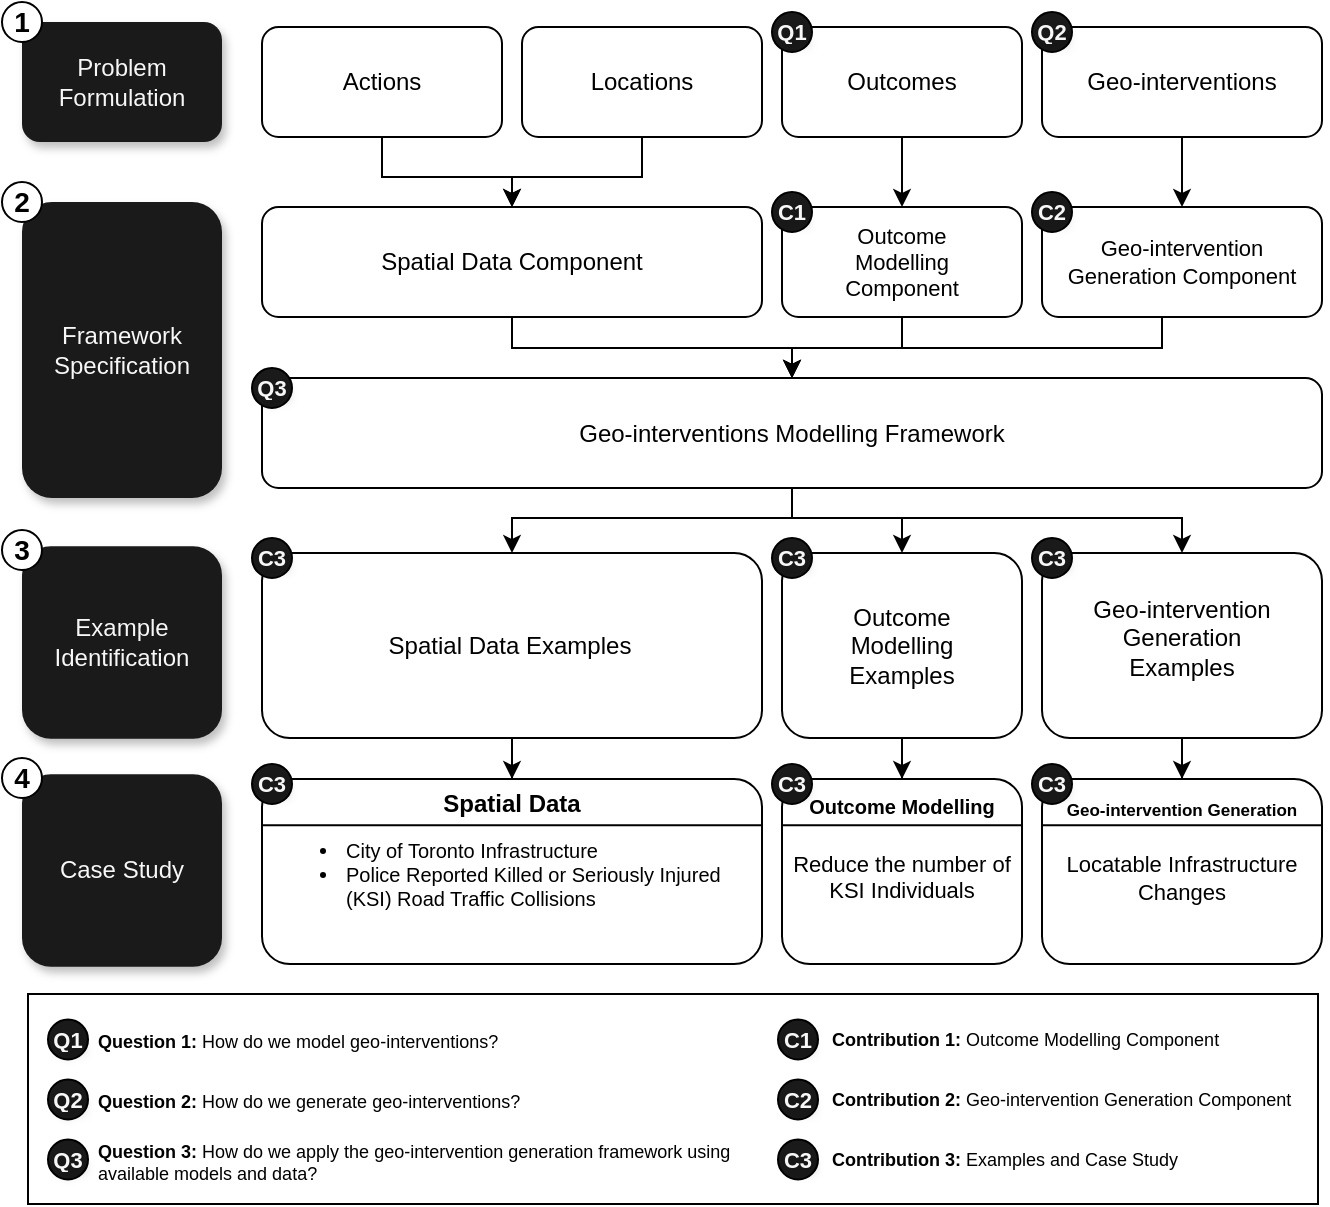
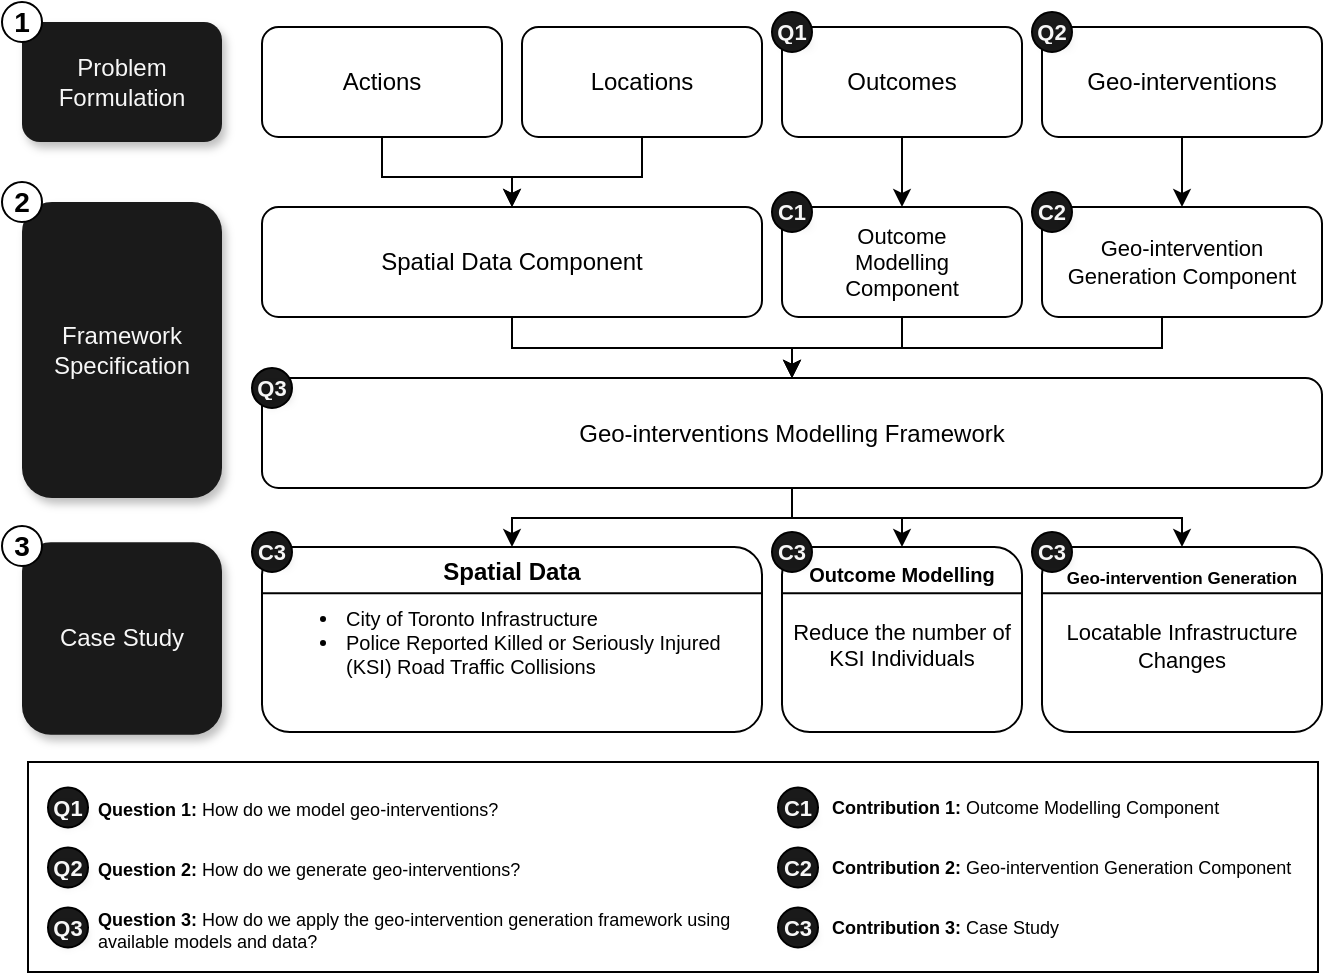
<mxfile host="Electron" agent="Mozilla/5.0 (Macintosh; Intel Mac OS X 10_15_7) AppleWebKit/537.36 (KHTML, like Gecko) draw.io/25.0.2 Chrome/128.0.6613.186 Electron/32.2.5 Safari/537.36" version="25.0.2">
  <diagram name="Page-1" id="0qjr7ZUGg_4bMqxcBNFo">
-     <mxGraphModel dx="1312" dy="877" grid="1" gridSize="5" guides="1" tooltips="1" connect="1" arrows="1" fold="1" page="1" pageScale="1" pageWidth="675" pageHeight="615" math="0" shadow="0">
+     <mxGraphModel dx="1158" dy="774" grid="1" gridSize="5" guides="1" tooltips="1" connect="1" arrows="1" fold="1" page="1" pageScale="1" pageWidth="675" pageHeight="500" math="0" shadow="0">
      <root>
        <mxCell id="0" />
        <mxCell id="1" parent="0" />
        <mxCell id="xfSVQfPkWPObZ8wr6tTD-67" value="" style="rounded=0;whiteSpace=wrap;html=1;" vertex="1" parent="1">
-           <mxGeometry x="19" y="501" width="645" height="105" as="geometry" />
+           <mxGeometry x="19" y="385" width="645" height="105" as="geometry" />
        </mxCell>
        <mxCell id="xfSVQfPkWPObZ8wr6tTD-12" value="Problem Formulation" style="rounded=1;whiteSpace=wrap;html=1;fillColor=#1A1A1A;strokeColor=none;shadow=1;fontColor=#F7F7F7;" vertex="1" parent="1">
          <mxGeometry x="16" y="15" width="100" height="60" as="geometry" />
        </mxCell>
        <mxCell id="xfSVQfPkWPObZ8wr6tTD-13" value="Framework Specification" style="rounded=1;whiteSpace=wrap;html=1;fillColor=#1A1A1A;strokeColor=none;shadow=1;fontColor=#F7F7F7;" vertex="1" parent="1">
          <mxGeometry x="16" y="105" width="100" height="148" as="geometry" />
        </mxCell>
-         <mxCell id="xfSVQfPkWPObZ8wr6tTD-14" value="&lt;div&gt;Example&lt;div&gt;Identification&lt;/div&gt;&lt;/div&gt;" style="rounded=1;whiteSpace=wrap;html=1;fillColor=#1A1A1A;strokeColor=none;shadow=1;fontColor=#F7F7F7;rotation=0;" vertex="1" parent="1">
-           <mxGeometry x="16" y="277.13" width="100" height="96.25" as="geometry" />
-         </mxCell>
        <mxCell id="xfSVQfPkWPObZ8wr6tTD-26" style="edgeStyle=orthogonalEdgeStyle;rounded=0;orthogonalLoop=1;jettySize=auto;html=1;entryX=0.5;entryY=0;entryDx=0;entryDy=0;" edge="1" parent="1" source="xfSVQfPkWPObZ8wr6tTD-16" target="xfSVQfPkWPObZ8wr6tTD-21">
          <mxGeometry relative="1" as="geometry" />
        </mxCell>
        <mxCell id="xfSVQfPkWPObZ8wr6tTD-16" value="Actions" style="rounded=1;whiteSpace=wrap;html=1;" vertex="1" parent="1">
          <mxGeometry x="136" y="17.5" width="120" height="55" as="geometry" />
        </mxCell>
        <mxCell id="xfSVQfPkWPObZ8wr6tTD-27" style="edgeStyle=orthogonalEdgeStyle;rounded=0;orthogonalLoop=1;jettySize=auto;html=1;" edge="1" parent="1" source="xfSVQfPkWPObZ8wr6tTD-17" target="xfSVQfPkWPObZ8wr6tTD-21">
          <mxGeometry relative="1" as="geometry" />
        </mxCell>
        <mxCell id="xfSVQfPkWPObZ8wr6tTD-17" value="Locations" style="rounded=1;whiteSpace=wrap;html=1;" vertex="1" parent="1">
          <mxGeometry x="266" y="17.5" width="120" height="55" as="geometry" />
        </mxCell>
        <mxCell id="xfSVQfPkWPObZ8wr6tTD-28" style="edgeStyle=orthogonalEdgeStyle;rounded=0;orthogonalLoop=1;jettySize=auto;html=1;entryX=0.5;entryY=0;entryDx=0;entryDy=0;" edge="1" parent="1" source="xfSVQfPkWPObZ8wr6tTD-18" target="xfSVQfPkWPObZ8wr6tTD-22">
          <mxGeometry relative="1" as="geometry" />
        </mxCell>
        <mxCell id="xfSVQfPkWPObZ8wr6tTD-18" value="Outcomes" style="rounded=1;whiteSpace=wrap;html=1;" vertex="1" parent="1">
          <mxGeometry x="396" y="17.5" width="120" height="55" as="geometry" />
        </mxCell>
        <mxCell id="xfSVQfPkWPObZ8wr6tTD-29" style="edgeStyle=orthogonalEdgeStyle;rounded=0;orthogonalLoop=1;jettySize=auto;html=1;entryX=0.5;entryY=0;entryDx=0;entryDy=0;" edge="1" parent="1" source="xfSVQfPkWPObZ8wr6tTD-19" target="xfSVQfPkWPObZ8wr6tTD-23">
          <mxGeometry relative="1" as="geometry" />
        </mxCell>
        <mxCell id="xfSVQfPkWPObZ8wr6tTD-19" value="Geo-interventions" style="rounded=1;whiteSpace=wrap;html=1;" vertex="1" parent="1">
          <mxGeometry x="526" y="17.5" width="140" height="55" as="geometry" />
        </mxCell>
        <mxCell id="xfSVQfPkWPObZ8wr6tTD-46" style="edgeStyle=orthogonalEdgeStyle;rounded=0;orthogonalLoop=1;jettySize=auto;html=1;entryX=0.5;entryY=0;entryDx=0;entryDy=0;" edge="1" parent="1" source="xfSVQfPkWPObZ8wr6tTD-21" target="xfSVQfPkWPObZ8wr6tTD-41">
          <mxGeometry relative="1" as="geometry">
            <Array as="points">
              <mxPoint x="261" y="178" />
              <mxPoint x="401" y="178" />
            </Array>
          </mxGeometry>
        </mxCell>
        <mxCell id="xfSVQfPkWPObZ8wr6tTD-21" value="Spatial Data Component" style="rounded=1;whiteSpace=wrap;html=1;" vertex="1" parent="1">
          <mxGeometry x="136" y="107.5" width="250" height="55" as="geometry" />
        </mxCell>
        <mxCell id="xfSVQfPkWPObZ8wr6tTD-47" style="edgeStyle=orthogonalEdgeStyle;rounded=0;orthogonalLoop=1;jettySize=auto;html=1;entryX=0.5;entryY=0;entryDx=0;entryDy=0;" edge="1" parent="1" source="xfSVQfPkWPObZ8wr6tTD-22" target="xfSVQfPkWPObZ8wr6tTD-41">
          <mxGeometry relative="1" as="geometry">
            <Array as="points">
              <mxPoint x="456" y="178" />
              <mxPoint x="401" y="178" />
            </Array>
          </mxGeometry>
        </mxCell>
        <mxCell id="xfSVQfPkWPObZ8wr6tTD-22" value="Outcome&lt;div&gt;Modelling&lt;/div&gt;&lt;div&gt;Component&lt;/div&gt;" style="rounded=1;whiteSpace=wrap;html=1;fontSize=11;" vertex="1" parent="1">
          <mxGeometry x="396" y="107.5" width="120" height="55" as="geometry" />
        </mxCell>
        <mxCell id="xfSVQfPkWPObZ8wr6tTD-48" style="edgeStyle=orthogonalEdgeStyle;rounded=0;orthogonalLoop=1;jettySize=auto;html=1;entryX=0.5;entryY=0;entryDx=0;entryDy=0;" edge="1" parent="1" source="xfSVQfPkWPObZ8wr6tTD-23" target="xfSVQfPkWPObZ8wr6tTD-41">
          <mxGeometry relative="1" as="geometry">
            <Array as="points">
              <mxPoint x="586" y="178" />
              <mxPoint x="401" y="178" />
            </Array>
          </mxGeometry>
        </mxCell>
        <mxCell id="xfSVQfPkWPObZ8wr6tTD-23" value="Geo-intervention Generation Component" style="rounded=1;whiteSpace=wrap;html=1;fontSize=11;" vertex="1" parent="1">
          <mxGeometry x="526" y="107.5" width="140" height="55" as="geometry" />
        </mxCell>
        <mxCell id="xfSVQfPkWPObZ8wr6tTD-30" value="&lt;div style=&quot;text-align: center;&quot;&gt;&lt;font style=&quot;font-size: 12px;&quot;&gt;&lt;b&gt;Spatial Data&lt;/b&gt;&lt;/font&gt;&lt;/div&gt;&lt;ul&gt;&lt;li&gt;City of Toronto Infrastructure&lt;/li&gt;&lt;li&gt;Police Reported Killed or Seriously Injured (KSI) Road Traffic Collisions&lt;/li&gt;&lt;/ul&gt;" style="rounded=1;whiteSpace=wrap;html=1;fontSize=10;align=left;spacingRight=2;spacingTop=-12;" vertex="1" parent="1">
-           <mxGeometry x="136" y="393.5" width="250" height="92.5" as="geometry" />
+           <mxGeometry x="136" y="277.5" width="250" height="92.5" as="geometry" />
        </mxCell>
        <mxCell id="xfSVQfPkWPObZ8wr6tTD-31" value="&lt;div&gt;&lt;font style=&quot;font-size: 10px;&quot;&gt;&lt;b style=&quot;&quot;&gt;Outcome&amp;nbsp;&lt;/b&gt;&lt;b style=&quot;background-color: initial; line-height: 210%;&quot;&gt;Modelling&lt;/b&gt;&lt;/font&gt;&lt;/div&gt;&lt;font style=&quot;&quot;&gt;&lt;div style=&quot;font-size: 10px;&quot;&gt;&lt;br&gt;&lt;/div&gt;&lt;div style=&quot;font-size: 10px;&quot;&gt;&lt;span style=&quot;font-size: 11px; background-color: initial;&quot;&gt;Reduce the number of KSI Individuals&lt;/span&gt;&lt;br&gt;&lt;/div&gt;&lt;/font&gt;" style="rounded=1;whiteSpace=wrap;html=1;verticalAlign=top;spacingTop=-4;" vertex="1" parent="1">
-           <mxGeometry x="396" y="393.5" width="120" height="92.5" as="geometry" />
+           <mxGeometry x="396" y="277.5" width="120" height="92.5" as="geometry" />
        </mxCell>
        <mxCell id="xfSVQfPkWPObZ8wr6tTD-33" value="&lt;div&gt;&lt;font style=&quot;font-size: 8.5px;&quot;&gt;&lt;b style=&quot;&quot;&gt;&lt;font style=&quot;line-height: 180%;&quot;&gt;Geo-intervention&amp;nbsp;&lt;/font&gt;&lt;/b&gt;&lt;b style=&quot;background-color: initial;&quot;&gt;&lt;font style=&quot;&quot;&gt;Generation&lt;/font&gt;&lt;/b&gt;&lt;/font&gt;&lt;/div&gt;&lt;font style=&quot;font-size: 11px;&quot;&gt;&lt;div&gt;&lt;br&gt;&lt;/div&gt;&lt;div&gt;&lt;span style=&quot;background-color: initial;&quot;&gt;Locatable Infrastructure Changes&lt;/span&gt;&lt;br&gt;&lt;/div&gt;&lt;/font&gt;" style="rounded=1;whiteSpace=wrap;html=1;verticalAlign=top;spacingTop=0;" vertex="1" parent="1">
-           <mxGeometry x="526" y="393.5" width="140" height="92.5" as="geometry" />
+           <mxGeometry x="526" y="277.5" width="140" height="92.5" as="geometry" />
        </mxCell>
        <mxCell id="xfSVQfPkWPObZ8wr6tTD-38" value="1" style="ellipse;whiteSpace=wrap;html=1;aspect=fixed;fontStyle=1;fontSize=14;strokeWidth=1;" vertex="1" parent="1">
          <mxGeometry x="6" y="5" width="20" height="20" as="geometry" />
        </mxCell>
        <mxCell id="xfSVQfPkWPObZ8wr6tTD-39" value="2" style="ellipse;whiteSpace=wrap;html=1;aspect=fixed;fontStyle=1;fontSize=14;strokeWidth=1;" vertex="1" parent="1">
          <mxGeometry x="6" y="95" width="20" height="20" as="geometry" />
        </mxCell>
-         <mxCell id="xfSVQfPkWPObZ8wr6tTD-40" value="3" style="ellipse;whiteSpace=wrap;html=1;aspect=fixed;fontStyle=1;fontSize=14;strokeWidth=1;" vertex="1" parent="1">
-           <mxGeometry x="6" y="269" width="20" height="20" as="geometry" />
-         </mxCell>
-         <mxCell id="xfSVQfPkWPObZ8wr6tTD-91" style="edgeStyle=orthogonalEdgeStyle;rounded=0;orthogonalLoop=1;jettySize=auto;html=1;entryX=0.5;entryY=0;entryDx=0;entryDy=0;" edge="1" parent="1" source="xfSVQfPkWPObZ8wr6tTD-41" target="xfSVQfPkWPObZ8wr6tTD-82">
-           <mxGeometry relative="1" as="geometry">
+         <mxCell id="xfSVQfPkWPObZ8wr6tTD-91" style="edgeStyle=orthogonalEdgeStyle;rounded=0;orthogonalLoop=1;jettySize=auto;html=1;entryX=0.5;entryY=0;entryDx=0;entryDy=0;" edge="1" parent="1" source="xfSVQfPkWPObZ8wr6tTD-41" target="xfSVQfPkWPObZ8wr6tTD-30">
+           <mxGeometry relative="1" as="geometry">
+             <mxPoint x="261" y="280.5" as="targetPoint" />
            <Array as="points">
              <mxPoint x="401" y="263" />
              <mxPoint x="261" y="263" />
            </Array>
          </mxGeometry>
        </mxCell>
-         <mxCell id="xfSVQfPkWPObZ8wr6tTD-92" style="edgeStyle=orthogonalEdgeStyle;rounded=0;orthogonalLoop=1;jettySize=auto;html=1;entryX=0.5;entryY=0;entryDx=0;entryDy=0;" edge="1" parent="1" source="xfSVQfPkWPObZ8wr6tTD-41" target="xfSVQfPkWPObZ8wr6tTD-83">
-           <mxGeometry relative="1" as="geometry">
+         <mxCell id="xfSVQfPkWPObZ8wr6tTD-92" style="edgeStyle=orthogonalEdgeStyle;rounded=0;orthogonalLoop=1;jettySize=auto;html=1;entryX=0.5;entryY=0;entryDx=0;entryDy=0;" edge="1" parent="1" source="xfSVQfPkWPObZ8wr6tTD-41" target="xfSVQfPkWPObZ8wr6tTD-31">
+           <mxGeometry relative="1" as="geometry">
+             <mxPoint x="456" y="280.5" as="targetPoint" />
            <Array as="points">
              <mxPoint x="401" y="263" />
              <mxPoint x="456" y="263" />
            </Array>
          </mxGeometry>
        </mxCell>
-         <mxCell id="xfSVQfPkWPObZ8wr6tTD-93" style="edgeStyle=orthogonalEdgeStyle;rounded=0;orthogonalLoop=1;jettySize=auto;html=1;entryX=0.5;entryY=0;entryDx=0;entryDy=0;" edge="1" parent="1" source="xfSVQfPkWPObZ8wr6tTD-41" target="xfSVQfPkWPObZ8wr6tTD-84">
-           <mxGeometry relative="1" as="geometry">
+         <mxCell id="xfSVQfPkWPObZ8wr6tTD-93" style="edgeStyle=orthogonalEdgeStyle;rounded=0;orthogonalLoop=1;jettySize=auto;html=1;entryX=0.5;entryY=0;entryDx=0;entryDy=0;" edge="1" parent="1" source="xfSVQfPkWPObZ8wr6tTD-41" target="xfSVQfPkWPObZ8wr6tTD-33">
+           <mxGeometry relative="1" as="geometry">
+             <mxPoint x="596" y="280.5" as="targetPoint" />
            <Array as="points">
              <mxPoint x="401" y="263" />
              <mxPoint x="596" y="263" />
            </Array>
          </mxGeometry>
        </mxCell>
        <mxCell id="xfSVQfPkWPObZ8wr6tTD-41" value="Geo-interventions Modelling Framework" style="rounded=1;whiteSpace=wrap;html=1;" vertex="1" parent="1">
          <mxGeometry x="136" y="193" width="530" height="55" as="geometry" />
        </mxCell>
        <mxCell id="xfSVQfPkWPObZ8wr6tTD-52" value="" style="endArrow=none;html=1;rounded=0;exitX=0;exitY=0.25;exitDx=0;exitDy=0;entryX=1;entryY=0.25;entryDx=0;entryDy=0;" edge="1" parent="1" source="xfSVQfPkWPObZ8wr6tTD-30" target="xfSVQfPkWPObZ8wr6tTD-30">
          <mxGeometry width="50" height="50" relative="1" as="geometry">
-             <mxPoint x="286" y="401" as="sourcePoint" />
-             <mxPoint x="336" y="351" as="targetPoint" />
+             <mxPoint x="286" y="285" as="sourcePoint" />
+             <mxPoint x="336" y="235" as="targetPoint" />
          </mxGeometry>
        </mxCell>
        <mxCell id="xfSVQfPkWPObZ8wr6tTD-53" value="" style="endArrow=none;html=1;rounded=0;exitX=0;exitY=0.25;exitDx=0;exitDy=0;entryX=1;entryY=0.25;entryDx=0;entryDy=0;" edge="1" parent="1" source="xfSVQfPkWPObZ8wr6tTD-31" target="xfSVQfPkWPObZ8wr6tTD-31">
          <mxGeometry width="50" height="50" relative="1" as="geometry">
-             <mxPoint x="141" y="423" as="sourcePoint" />
-             <mxPoint x="391" y="423" as="targetPoint" />
+             <mxPoint x="141" y="307" as="sourcePoint" />
+             <mxPoint x="391" y="307" as="targetPoint" />
          </mxGeometry>
        </mxCell>
        <mxCell id="xfSVQfPkWPObZ8wr6tTD-54" value="" style="endArrow=none;html=1;rounded=0;exitX=0;exitY=0.25;exitDx=0;exitDy=0;entryX=1;entryY=0.25;entryDx=0;entryDy=0;" edge="1" parent="1" source="xfSVQfPkWPObZ8wr6tTD-33" target="xfSVQfPkWPObZ8wr6tTD-33">
          <mxGeometry width="50" height="50" relative="1" as="geometry">
-             <mxPoint x="401" y="423" as="sourcePoint" />
-             <mxPoint x="521" y="423" as="targetPoint" />
+             <mxPoint x="401" y="307" as="sourcePoint" />
+             <mxPoint x="521" y="307" as="targetPoint" />
          </mxGeometry>
        </mxCell>
        <mxCell id="xfSVQfPkWPObZ8wr6tTD-57" value="Q1" style="ellipse;whiteSpace=wrap;html=1;aspect=fixed;fontStyle=1;fontSize=11;strokeWidth=1;fillColor=#1A1A1A;fontColor=#F7F7F7;textShadow=1;" vertex="1" parent="1">
          <mxGeometry x="391" y="10" width="20" height="20" as="geometry" />
        </mxCell>
        <mxCell id="xfSVQfPkWPObZ8wr6tTD-58" value="C1" style="ellipse;whiteSpace=wrap;html=1;aspect=fixed;fontStyle=1;fontSize=11;strokeWidth=1;fillColor=#1A1A1A;fontColor=#F7F7F7;textShadow=1;" vertex="1" parent="1">
          <mxGeometry x="391" y="100" width="20" height="20" as="geometry" />
        </mxCell>
        <mxCell id="xfSVQfPkWPObZ8wr6tTD-59" value="C2" style="ellipse;whiteSpace=wrap;html=1;aspect=fixed;fontStyle=1;fontSize=11;strokeWidth=1;fillColor=#1A1A1A;fontColor=#F7F7F7;textShadow=1;" vertex="1" parent="1">
          <mxGeometry x="521" y="100" width="20" height="20" as="geometry" />
        </mxCell>
        <mxCell id="xfSVQfPkWPObZ8wr6tTD-60" value="Q2" style="ellipse;whiteSpace=wrap;html=1;aspect=fixed;fontStyle=1;fontSize=11;strokeWidth=1;fillColor=#1A1A1A;fontColor=#F7F7F7;textShadow=1;" vertex="1" parent="1">
          <mxGeometry x="521" y="10" width="20" height="20" as="geometry" />
        </mxCell>
        <mxCell id="xfSVQfPkWPObZ8wr6tTD-61" value="C3" style="ellipse;whiteSpace=wrap;html=1;aspect=fixed;fontStyle=1;fontSize=11;strokeWidth=1;fillColor=#1A1A1A;fontColor=#F7F7F7;textShadow=1;" vertex="1" parent="1">
-           <mxGeometry x="131" y="386" width="20" height="20" as="geometry" />
+           <mxGeometry x="131" y="270" width="20" height="20" as="geometry" />
        </mxCell>
        <mxCell id="xfSVQfPkWPObZ8wr6tTD-62" value="C3" style="ellipse;whiteSpace=wrap;html=1;aspect=fixed;fontStyle=1;fontSize=11;strokeWidth=1;fillColor=#1A1A1A;fontColor=#F7F7F7;textShadow=1;" vertex="1" parent="1">
-           <mxGeometry x="391" y="386" width="20" height="20" as="geometry" />
+           <mxGeometry x="391" y="270" width="20" height="20" as="geometry" />
        </mxCell>
        <mxCell id="xfSVQfPkWPObZ8wr6tTD-63" value="C3" style="ellipse;whiteSpace=wrap;html=1;aspect=fixed;fontStyle=1;fontSize=11;strokeWidth=1;fillColor=#1A1A1A;fontColor=#F7F7F7;textShadow=1;" vertex="1" parent="1">
-           <mxGeometry x="521" y="386" width="20" height="20" as="geometry" />
+           <mxGeometry x="521" y="270" width="20" height="20" as="geometry" />
        </mxCell>
        <mxCell id="xfSVQfPkWPObZ8wr6tTD-64" value="Q3" style="ellipse;whiteSpace=wrap;html=1;aspect=fixed;fontStyle=1;fontSize=11;strokeWidth=1;fillColor=#1A1A1A;fontColor=#F7F7F7;textShadow=1;" vertex="1" parent="1">
          <mxGeometry x="131" y="188" width="20" height="20" as="geometry" />
        </mxCell>
        <mxCell id="xfSVQfPkWPObZ8wr6tTD-65" value="Q1" style="ellipse;whiteSpace=wrap;html=1;aspect=fixed;fontStyle=1;fontSize=11;strokeWidth=1;fillColor=#1A1A1A;fontColor=#F7F7F7;textShadow=1;" vertex="1" parent="1">
-           <mxGeometry x="29" y="513.75" width="20" height="20" as="geometry" />
+           <mxGeometry x="29" y="397.75" width="20" height="20" as="geometry" />
        </mxCell>
        <mxCell id="xfSVQfPkWPObZ8wr6tTD-66" value="&lt;b&gt;Question 1:&lt;/b&gt;&amp;nbsp;How do we model geo-interventions?" style="text;align=left;verticalAlign=middle;rounded=0;fontSize=9;spacingLeft=10;spacing=0;whiteSpace=wrap;html=1;" vertex="1" parent="1">
-           <mxGeometry x="44" y="511" width="345" height="27.5" as="geometry" />
+           <mxGeometry x="44" y="395" width="345" height="27.5" as="geometry" />
        </mxCell>
        <mxCell id="xfSVQfPkWPObZ8wr6tTD-68" value="Q2" style="ellipse;whiteSpace=wrap;html=1;aspect=fixed;fontStyle=1;fontSize=11;strokeWidth=1;fillColor=#1A1A1A;fontColor=#F7F7F7;textShadow=1;" vertex="1" parent="1">
-           <mxGeometry x="29" y="543.75" width="20" height="20" as="geometry" />
+           <mxGeometry x="29" y="427.75" width="20" height="20" as="geometry" />
        </mxCell>
        <mxCell id="xfSVQfPkWPObZ8wr6tTD-70" value="Q3" style="ellipse;whiteSpace=wrap;html=1;aspect=fixed;fontStyle=1;fontSize=11;strokeWidth=1;fillColor=#1A1A1A;fontColor=#F7F7F7;textShadow=1;" vertex="1" parent="1">
-           <mxGeometry x="29" y="573.75" width="20" height="20" as="geometry" />
+           <mxGeometry x="29" y="457.75" width="20" height="20" as="geometry" />
        </mxCell>
        <mxCell id="xfSVQfPkWPObZ8wr6tTD-72" value="C1" style="ellipse;whiteSpace=wrap;html=1;aspect=fixed;fontStyle=1;fontSize=11;strokeWidth=1;fillColor=#1A1A1A;fontColor=#F7F7F7;textShadow=1;" vertex="1" parent="1">
-           <mxGeometry x="394" y="513.75" width="20" height="20" as="geometry" />
+           <mxGeometry x="394" y="397.75" width="20" height="20" as="geometry" />
        </mxCell>
        <mxCell id="xfSVQfPkWPObZ8wr6tTD-73" value="&lt;b&gt;Contribution 1:&lt;/b&gt; Outcome Modelling Component" style="text;html=1;align=left;verticalAlign=middle;whiteSpace=wrap;rounded=0;fontSize=9;spacingLeft=10;" vertex="1" parent="1">
-           <mxGeometry x="409" y="516.25" width="255" height="15" as="geometry" />
+           <mxGeometry x="409" y="400.25" width="255" height="15" as="geometry" />
        </mxCell>
        <mxCell id="xfSVQfPkWPObZ8wr6tTD-74" value="C2" style="ellipse;whiteSpace=wrap;html=1;aspect=fixed;fontStyle=1;fontSize=11;strokeWidth=1;fillColor=#1A1A1A;fontColor=#F7F7F7;textShadow=1;" vertex="1" parent="1">
-           <mxGeometry x="394" y="543.75" width="20" height="20" as="geometry" />
+           <mxGeometry x="394" y="427.75" width="20" height="20" as="geometry" />
        </mxCell>
        <mxCell id="xfSVQfPkWPObZ8wr6tTD-75" value="&lt;b&gt;Contribution 2:&lt;/b&gt; Geo-intervention Generation Component" style="text;html=1;align=left;verticalAlign=middle;whiteSpace=wrap;rounded=0;fontSize=9;spacingLeft=10;" vertex="1" parent="1">
-           <mxGeometry x="409" y="546.25" width="260" height="15" as="geometry" />
+           <mxGeometry x="409" y="430.25" width="260" height="15" as="geometry" />
        </mxCell>
        <mxCell id="xfSVQfPkWPObZ8wr6tTD-76" value="C3" style="ellipse;whiteSpace=wrap;html=1;aspect=fixed;fontStyle=1;fontSize=11;strokeWidth=1;fillColor=#1A1A1A;fontColor=#F7F7F7;textShadow=1;" vertex="1" parent="1">
-           <mxGeometry x="394" y="573.75" width="20" height="20" as="geometry" />
-         </mxCell>
-         <mxCell id="xfSVQfPkWPObZ8wr6tTD-77" value="&lt;b&gt;Contribution 3:&lt;/b&gt;&amp;nbsp;Examples and Case Study" style="text;html=1;align=left;verticalAlign=middle;whiteSpace=wrap;rounded=0;fontSize=9;spacingLeft=10;" vertex="1" parent="1">
-           <mxGeometry x="409" y="576.25" width="245" height="15" as="geometry" />
+           <mxGeometry x="394" y="457.75" width="20" height="20" as="geometry" />
+         </mxCell>
+         <mxCell id="xfSVQfPkWPObZ8wr6tTD-77" value="&lt;b&gt;Contribution 3:&lt;/b&gt;&amp;nbsp;Case Study" style="text;html=1;align=left;verticalAlign=middle;whiteSpace=wrap;rounded=0;fontSize=9;spacingLeft=10;" vertex="1" parent="1">
+           <mxGeometry x="409" y="460.25" width="245" height="15" as="geometry" />
        </mxCell>
        <mxCell id="xfSVQfPkWPObZ8wr6tTD-78" value="&lt;b&gt;Question 2:&lt;/b&gt;&amp;nbsp;How do we generate geo-interventions?" style="text;align=left;verticalAlign=middle;rounded=0;fontSize=9;spacingLeft=10;spacing=0;whiteSpace=wrap;html=1;" vertex="1" parent="1">
-           <mxGeometry x="44" y="541" width="345" height="27.5" as="geometry" />
+           <mxGeometry x="44" y="425" width="345" height="27.5" as="geometry" />
        </mxCell>
        <mxCell id="xfSVQfPkWPObZ8wr6tTD-79" value="&lt;b&gt;Question 3:&lt;/b&gt;&amp;nbsp;How do we apply the geo-intervention generation framework using available models and data?" style="text;align=left;verticalAlign=middle;rounded=0;fontSize=9;spacingLeft=10;spacing=0;whiteSpace=wrap;html=1;" vertex="1" parent="1">
-           <mxGeometry x="44" y="571" width="345" height="27.5" as="geometry" />
+           <mxGeometry x="44" y="455" width="345" height="27.5" as="geometry" />
        </mxCell>
        <mxCell id="xfSVQfPkWPObZ8wr6tTD-80" value="Case&amp;nbsp;&lt;span style=&quot;background-color: initial;&quot;&gt;Study&lt;/span&gt;" style="rounded=1;whiteSpace=wrap;html=1;fillColor=#1A1A1A;strokeColor=none;shadow=1;fontColor=#F7F7F7;rotation=0;" vertex="1" parent="1">
-           <mxGeometry x="16" y="391.13" width="100" height="96.25" as="geometry" />
-         </mxCell>
-         <mxCell id="xfSVQfPkWPObZ8wr6tTD-81" value="4" style="ellipse;whiteSpace=wrap;html=1;aspect=fixed;fontStyle=1;fontSize=14;strokeWidth=1;" vertex="1" parent="1">
-           <mxGeometry x="6" y="383" width="20" height="20" as="geometry" />
-         </mxCell>
-         <mxCell id="xfSVQfPkWPObZ8wr6tTD-94" style="edgeStyle=orthogonalEdgeStyle;rounded=0;orthogonalLoop=1;jettySize=auto;html=1;entryX=0.5;entryY=0;entryDx=0;entryDy=0;" edge="1" parent="1" source="xfSVQfPkWPObZ8wr6tTD-82" target="xfSVQfPkWPObZ8wr6tTD-30">
-           <mxGeometry relative="1" as="geometry" />
-         </mxCell>
-         <mxCell id="xfSVQfPkWPObZ8wr6tTD-82" value="&lt;div style=&quot;&quot;&gt;&lt;span style=&quot;font-size: 12px;&quot;&gt;Spatial Data Examples&lt;/span&gt;&lt;/div&gt;" style="rounded=1;whiteSpace=wrap;html=1;fontSize=10;align=center;spacingRight=2;spacingTop=0;" vertex="1" parent="1">
-           <mxGeometry x="136" y="280.5" width="250" height="92.5" as="geometry" />
-         </mxCell>
-         <mxCell id="xfSVQfPkWPObZ8wr6tTD-95" style="edgeStyle=orthogonalEdgeStyle;rounded=0;orthogonalLoop=1;jettySize=auto;html=1;entryX=0.5;entryY=0;entryDx=0;entryDy=0;" edge="1" parent="1" source="xfSVQfPkWPObZ8wr6tTD-83" target="xfSVQfPkWPObZ8wr6tTD-31">
-           <mxGeometry relative="1" as="geometry" />
-         </mxCell>
-         <mxCell id="xfSVQfPkWPObZ8wr6tTD-83" value="&lt;div&gt;&lt;font&gt;Outcome&lt;/font&gt;&lt;/div&gt;&lt;div&gt;&lt;font&gt;Modelling&lt;/font&gt;&lt;/div&gt;&lt;div&gt;&lt;font&gt;Examples&lt;/font&gt;&lt;/div&gt;" style="rounded=1;whiteSpace=wrap;html=1;verticalAlign=middle;spacingTop=0;" vertex="1" parent="1">
-           <mxGeometry x="396" y="280.5" width="120" height="92.5" as="geometry" />
-         </mxCell>
-         <mxCell id="xfSVQfPkWPObZ8wr6tTD-97" style="edgeStyle=orthogonalEdgeStyle;rounded=0;orthogonalLoop=1;jettySize=auto;html=1;entryX=0.5;entryY=0;entryDx=0;entryDy=0;" edge="1" parent="1" source="xfSVQfPkWPObZ8wr6tTD-84" target="xfSVQfPkWPObZ8wr6tTD-33">
-           <mxGeometry relative="1" as="geometry" />
-         </mxCell>
-         <mxCell id="xfSVQfPkWPObZ8wr6tTD-84" value="&lt;div style=&quot;line-height: 70%;&quot;&gt;&lt;font style=&quot;line-height: 120%;&quot;&gt;Geo-intervention Generation&lt;/font&gt;&lt;/div&gt;&lt;div style=&quot;line-height: 70%;&quot;&gt;&lt;font style=&quot;line-height: 120%;&quot;&gt;Examples&lt;/font&gt;&lt;/div&gt;" style="rounded=1;whiteSpace=wrap;html=1;verticalAlign=middle;spacingTop=-8;" vertex="1" parent="1">
-           <mxGeometry x="526" y="280.5" width="140" height="92.5" as="geometry" />
-         </mxCell>
-         <mxCell id="xfSVQfPkWPObZ8wr6tTD-88" value="C3" style="ellipse;whiteSpace=wrap;html=1;aspect=fixed;fontStyle=1;fontSize=11;strokeWidth=1;fillColor=#1A1A1A;fontColor=#F7F7F7;textShadow=1;" vertex="1" parent="1">
-           <mxGeometry x="131" y="273" width="20" height="20" as="geometry" />
-         </mxCell>
-         <mxCell id="xfSVQfPkWPObZ8wr6tTD-89" value="C3" style="ellipse;whiteSpace=wrap;html=1;aspect=fixed;fontStyle=1;fontSize=11;strokeWidth=1;fillColor=#1A1A1A;fontColor=#F7F7F7;textShadow=1;" vertex="1" parent="1">
-           <mxGeometry x="391" y="273" width="20" height="20" as="geometry" />
-         </mxCell>
-         <mxCell id="xfSVQfPkWPObZ8wr6tTD-90" value="C3" style="ellipse;whiteSpace=wrap;html=1;aspect=fixed;fontStyle=1;fontSize=11;strokeWidth=1;fillColor=#1A1A1A;fontColor=#F7F7F7;textShadow=1;" vertex="1" parent="1">
-           <mxGeometry x="521" y="273" width="20" height="20" as="geometry" />
+           <mxGeometry x="16" y="275.13" width="100" height="96.25" as="geometry" />
+         </mxCell>
+         <mxCell id="xfSVQfPkWPObZ8wr6tTD-81" value="3" style="ellipse;whiteSpace=wrap;html=1;aspect=fixed;fontStyle=1;fontSize=14;strokeWidth=1;" vertex="1" parent="1">
+           <mxGeometry x="6" y="267" width="20" height="20" as="geometry" />
        </mxCell>
      </root>
    </mxGraphModel>
  </diagram>
</mxfile>
